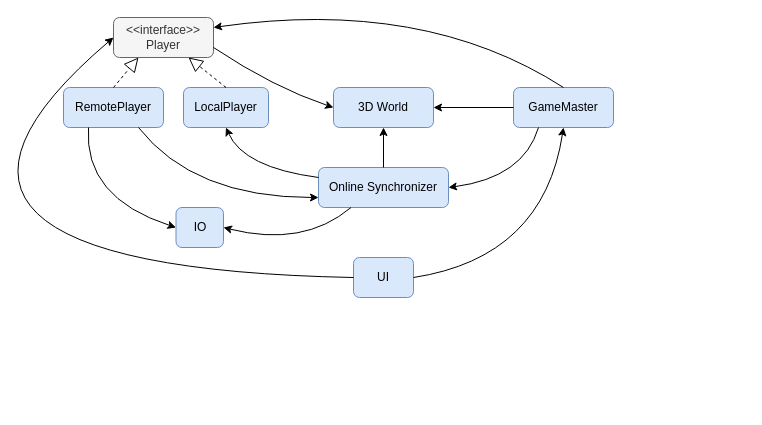
Earlier version of the draw.io diagram docs/service_architecture.drawio (joonashalinen/bloxu). Source tidied: cells renumbered, new cells numbered last; positions are measured from the earlier drawing's top-left corner, leaving out a move shared by most shapes. Both pictures are drawn from the tidied source at 100%, with x=0, y=0 at pixel (-157, -3).
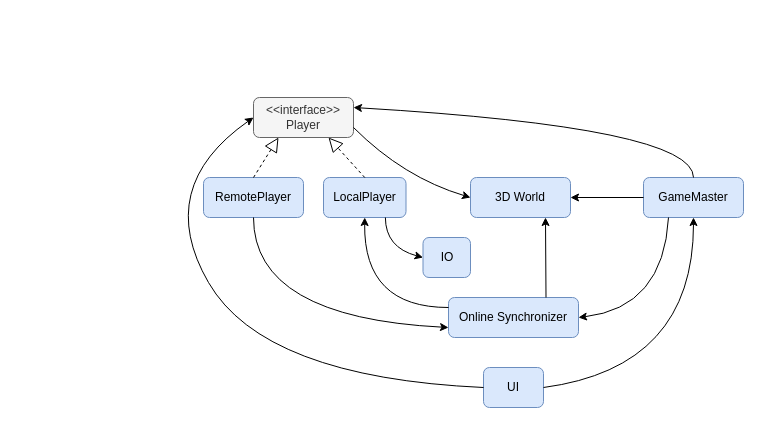
The same diagram, later.

Diff of the diagram source:
```diff
@@
     <mxCell id="2" value="UI" style="rounded=1;whiteSpace=wrap;html=1;fillColor=#dae8fc;strokeColor=#6c8ebf;" parent="1" vertex="1">
-      <mxGeometry x="510" y="260" width="60" height="40" as="geometry" />
+      <mxGeometry x="640" y="370" width="60" height="40" as="geometry" />
     </mxCell>
     <mxCell id="3" value="&amp;lt;&amp;lt;interface&amp;gt;&amp;gt;&lt;br&gt;Player" style="rounded=1;whiteSpace=wrap;html=1;fillColor=#f5f5f5;strokeColor=#666666;fontColor=#333333;" parent="1" vertex="1">
-      <mxGeometry x="270" y="20" width="100" height="40" as="geometry" />
+      <mxGeometry x="410" y="100" width="100" height="40" as="geometry" />
     </mxCell>
     <mxCell id="4" value="GameMaster" style="rounded=1;whiteSpace=wrap;html=1;fillColor=#dae8fc;strokeColor=#6c8ebf;" parent="1" vertex="1">
-      <mxGeometry x="670" y="90" width="100" height="40" as="geometry" />
+      <mxGeometry x="800" y="180" width="100" height="40" as="geometry" />
     </mxCell>
     <mxCell id="5" style="endArrow=classic;html=1;entryX=0;entryY=0.5;entryDx=0;entryDy=0;curved=1;exitX=1;exitY=0.75;exitDx=0;exitDy=0;" parent="1" edge="1" source="3" target="8">
       <mxGeometry relative="1" as="geometry">
         <Array as="points">
-          <mxPoint x="430" y="90" />
+          <mxPoint x="560" y="180" />
         </Array>
       </mxGeometry>
     </mxCell>
@@
     <mxCell id="7" style="endArrow=classic;html=1;exitX=0.5;exitY=0;exitDx=0;exitDy=0;curved=1;entryX=1;entryY=0.25;entryDx=0;entryDy=0;" parent="1" edge="1" source="4" target="3">
       <mxGeometry relative="1" as="geometry">
         <Array as="points">
-          <mxPoint x="580" />
+          <mxPoint x="850" y="130" />
         </Array>
       </mxGeometry>
     </mxCell>
     <mxCell id="8" value="3D World" style="rounded=1;whiteSpace=wrap;html=1;fillColor=#dae8fc;strokeColor=#6c8ebf;" parent="1" vertex="1">
-      <mxGeometry x="490" y="90" width="100" height="40" as="geometry" />
+      <mxGeometry x="627" y="180" width="100" height="40" as="geometry" />
     </mxCell>
     <mxCell id="9" value="Online Synchronizer" style="rounded=1;whiteSpace=wrap;html=1;fillColor=#dae8fc;strokeColor=#6c8ebf;" parent="1" vertex="1">
-      <mxGeometry x="475" y="170" width="130" height="40" as="geometry" />
+      <mxGeometry x="605" y="300" width="130" height="40" as="geometry" />
     </mxCell>
-    <mxCell id="10" value="LocalPlayer" style="rounded=1;whiteSpace=wrap;html=1;fillColor=#dae8fc;strokeColor=#6c8ebf;" parent="1" vertex="1">
-      <mxGeometry x="340" y="90" width="85" height="40" as="geometry" />
+    <mxCell id="10" value="RemotePlayer" style="rounded=1;whiteSpace=wrap;html=1;fillColor=#dae8fc;strokeColor=#6c8ebf;" parent="1" vertex="1">
+      <mxGeometry x="360" y="180" width="100" height="40" as="geometry" />
     </mxCell>
-    <mxCell id="11" style="endArrow=classic;html=1;rounded=0;entryX=0.5;entryY=1;entryDx=0;entryDy=0;exitX=0.5;exitY=0;exitDx=0;exitDy=0;" parent="1" edge="1" source="9" target="8">
+    <mxCell id="11" style="endArrow=classic;html=1;rounded=0;entryX=0.75;entryY=1;entryDx=0;entryDy=0;exitX=0.75;exitY=0;exitDx=0;exitDy=0;" parent="1" edge="1" source="9" target="8">
       <mxGeometry relative="1" as="geometry" />
     </mxCell>
-    <mxCell id="12" value="RemotePlayer" style="rounded=1;whiteSpace=wrap;html=1;fillColor=#dae8fc;strokeColor=#6c8ebf;" parent="1" vertex="1">
-      <mxGeometry x="220" y="90" width="100" height="40" as="geometry" />
+    <mxCell id="12" value="LocalPlayer" style="rounded=1;whiteSpace=wrap;html=1;fillColor=#dae8fc;strokeColor=#6c8ebf;" parent="1" vertex="1">
+      <mxGeometry x="480" y="180" width="82.5" height="40" as="geometry" />
     </mxCell>
-    <mxCell id="13" style="endArrow=block;dashed=1;endFill=0;endSize=12;html=1;rounded=0;exitX=0.5;exitY=0;exitDx=0;exitDy=0;entryX=0.25;entryY=1;entryDx=0;entryDy=0;" parent="1" edge="1" source="12" target="3">
+    <mxCell id="13" style="endArrow=block;dashed=1;endFill=0;endSize=12;html=1;rounded=0;exitX=0.5;exitY=0;exitDx=0;exitDy=0;entryX=0.25;entryY=1;entryDx=0;entryDy=0;" parent="1" edge="1" source="10" target="3">
       <mxGeometry relative="1" as="geometry" />
     </mxCell>
-    <mxCell id="14" style="endArrow=block;dashed=1;endFill=0;endSize=12;html=1;rounded=0;exitX=0.5;exitY=0;exitDx=0;exitDy=0;entryX=0.75;entryY=1;entryDx=0;entryDy=0;" parent="1" edge="1" source="10" target="3">
+    <mxCell id="14" style="endArrow=block;dashed=1;endFill=0;endSize=12;html=1;rounded=0;exitX=0.5;exitY=0;exitDx=0;exitDy=0;entryX=0.75;entryY=1;entryDx=0;entryDy=0;" parent="1" edge="1" source="12" target="3">
       <mxGeometry relative="1" as="geometry" />
     </mxCell>
     <mxCell id="15" style="endArrow=classic;html=1;exitX=1;exitY=0.5;exitDx=0;exitDy=0;entryX=0.5;entryY=1;entryDx=0;entryDy=0;curved=1;" parent="1" edge="1" source="2" target="4">
       <mxGeometry relative="1" as="geometry">
         <Array as="points">
-          <mxPoint x="700" y="260" />
+          <mxPoint x="850" y="370" />
         </Array>
       </mxGeometry>
     </mxCell>
     <mxCell id="16" style="endArrow=classic;html=1;exitX=0;exitY=0.5;exitDx=0;exitDy=0;entryX=0;entryY=0.5;entryDx=0;entryDy=0;curved=1;" parent="1" edge="1" source="2" target="3">
       <mxGeometry relative="1" as="geometry">
         <Array as="points">
-          <mxPoint y="270" />
+          <mxPoint x="420" y="380" />
+          <mxPoint x="310" y="190" />
         </Array>
       </mxGeometry>
     </mxCell>
-    <mxCell id="17" style="endArrow=classic;html=1;entryX=0.5;entryY=1;entryDx=0;entryDy=0;exitX=0;exitY=0.25;exitDx=0;exitDy=0;curved=1;" parent="1" edge="1" source="9" target="10">
+    <mxCell id="17" style="endArrow=classic;html=1;entryX=0.5;entryY=1;entryDx=0;entryDy=0;curved=1;exitX=0;exitY=0.25;exitDx=0;exitDy=0;" parent="1" edge="1" source="9" target="12">
       <mxGeometry relative="1" as="geometry">
         <Array as="points">
-          <mxPoint x="400" y="170" />
+          <mxPoint x="520" y="310" />
         </Array>
       </mxGeometry>
     </mxCell>
-    <mxCell id="18" style="endArrow=classic;html=1;exitX=0.75;exitY=1;exitDx=0;exitDy=0;entryX=0;entryY=0.75;entryDx=0;entryDy=0;curved=1;" parent="1" edge="1" source="12" target="9">
+    <mxCell id="18" style="endArrow=classic;html=1;exitX=0.5;exitY=1;exitDx=0;exitDy=0;entryX=0;entryY=0.75;entryDx=0;entryDy=0;curved=1;" parent="1" edge="1" source="10" target="9">
       <mxGeometry relative="1" as="geometry">
         <Array as="points">
-          <mxPoint x="350" y="200" />
+          <mxPoint x="410" y="320" />
         </Array>
       </mxGeometry>
     </mxCell>
     <mxCell id="19" value="IO" style="rounded=1;whiteSpace=wrap;html=1;fillColor=#dae8fc;strokeColor=#6c8ebf;" parent="1" vertex="1">
-      <mxGeometry x="332.5" y="210" width="47.5" height="40" as="geometry" />
+      <mxGeometry x="579.5" y="240" width="47.5" height="40" as="geometry" />
     </mxCell>
+    <mxCell id="22" style="endArrow=classic;html=1;exitX=0.25;exitY=1;exitDx=0;exitDy=0;entryX=1;entryY=0.5;entryDx=0;entryDy=0;curved=1;" parent="1" edge="1" source="4" target="9">
+      <mxGeometry relative="1" as="geometry">
+        <Array as="points">
+          <mxPoint x="820" y="310" />
+        </Array>
+      </mxGeometry>
+    </mxCell>
-    <mxCell id="20" style="endArrow=classic;html=1;exitX=0.25;exitY=1;exitDx=0;exitDy=0;entryX=0;entryY=0.5;entryDx=0;entryDy=0;curved=1;" parent="1" edge="1" source="12" target="19">
+    <mxCell id="20" style="endArrow=classic;html=1;entryX=0;entryY=0.5;entryDx=0;entryDy=0;curved=1;exitX=0.75;exitY=1;exitDx=0;exitDy=0;" parent="1" edge="1" source="12" target="19">
       <mxGeometry relative="1" as="geometry">
         <Array as="points">
-          <mxPoint x="240" y="200" />
+          <mxPoint x="542" y="250" />
         </Array>
       </mxGeometry>
     </mxCell>
-    <mxCell id="21" style="endArrow=classic;html=1;entryX=1;entryY=0.5;entryDx=0;entryDy=0;exitX=0.25;exitY=1;exitDx=0;exitDy=0;curved=1;" parent="1" edge="1" source="9" target="19">
-      <mxGeometry relative="1" as="geometry">
-        <Array as="points">
-          <mxPoint x="460" y="250" />
-        </Array>
-      </mxGeometry>
-    </mxCell>
-    <mxCell id="22" style="endArrow=classic;html=1;exitX=0.25;exitY=1;exitDx=0;exitDy=0;entryX=1;entryY=0.5;entryDx=0;entryDy=0;curved=1;" parent="1" edge="1" source="4" target="9">
-      <mxGeometry relative="1" as="geometry">
-        <Array as="points">
-          <mxPoint x="680" y="180" />
-        </Array>
-      </mxGeometry>
-    </mxCell>
```
